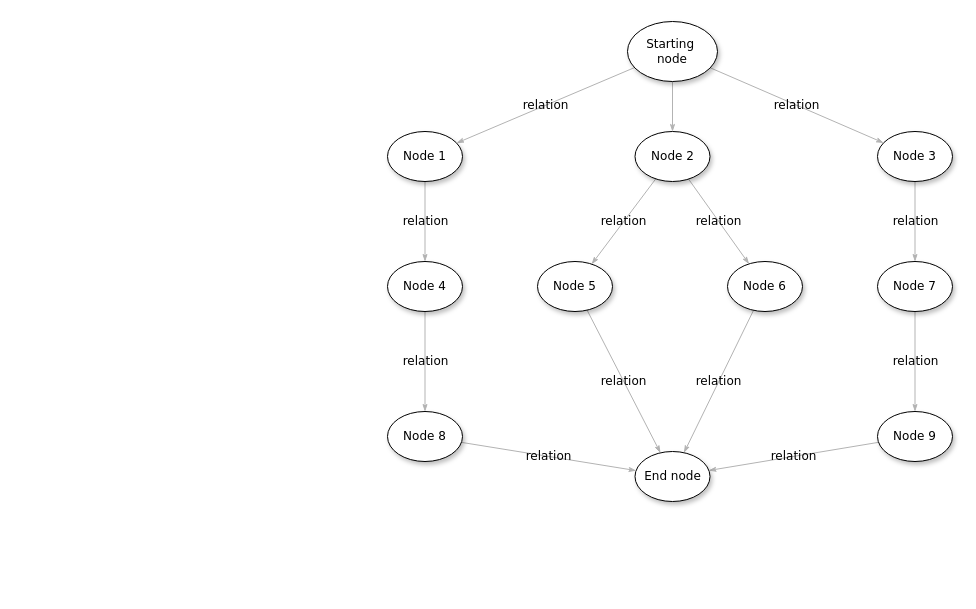
This is [MQTTactic]ModelChecking.drawio from Just1ceP4rtn3r/syncxx.github.io, a draw.io file, before an edit. Source tidied: cells renumbered, new cells numbered last; positions are measured from the earlier drawing's top-left corner, leaving out a move shared by most shapes. Both pictures are drawn from the tidied source at 100%, with x=0, y=0 at pixel (387, 21).
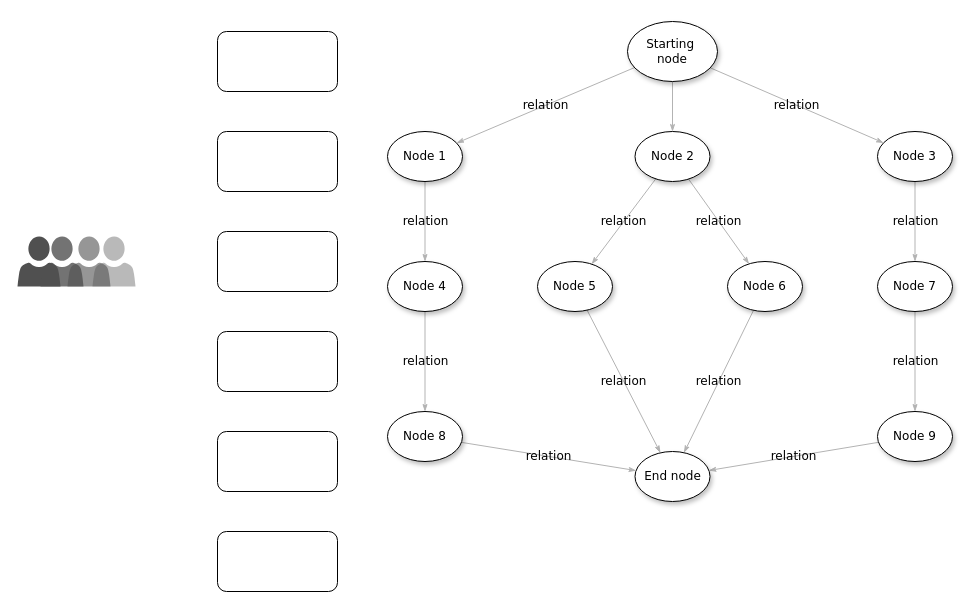
The same page after the edit.

Diff of the diagram source:
```diff
@@
+    <mxCell id="26" style="rounded=1;whiteSpace=wrap;html=1;" parent="1" vertex="1">
+      <mxGeometry x="-170" y="10" width="120" height="60" as="geometry" />
+    </mxCell>
+    <mxCell id="27" style="sketch=0;shadow=0;dashed=0;html=1;strokeColor=none;labelPosition=center;verticalLabelPosition=bottom;verticalAlign=top;align=center;fillColor=#505050;shape=mxgraph.mscae.intune.account_portal;" parent="1" vertex="1">
+      <mxGeometry x="-370" y="215" width="43" height="50" as="geometry" />
+    </mxCell>
+    <mxCell id="28" style="sketch=0;shadow=0;dashed=0;html=1;strokeColor=none;labelPosition=center;verticalLabelPosition=bottom;verticalAlign=top;align=center;fillColor=#505050;shape=mxgraph.mscae.intune.account_portal;opacity=80;" parent="1" vertex="1">
+      <mxGeometry x="-347" y="215" width="43" height="50" as="geometry" />
+    </mxCell>
+    <mxCell id="29" style="rounded=1;whiteSpace=wrap;html=1;" parent="1" vertex="1">
+      <mxGeometry x="-170" y="110" width="120" height="60" as="geometry" />
+    </mxCell>
+    <mxCell id="30" style="rounded=1;whiteSpace=wrap;html=1;" parent="1" vertex="1">
+      <mxGeometry x="-170" y="210" width="120" height="60" as="geometry" />
+    </mxCell>
+    <mxCell id="31" style="rounded=1;whiteSpace=wrap;html=1;" parent="1" vertex="1">
+      <mxGeometry x="-170" y="310" width="120" height="60" as="geometry" />
+    </mxCell>
+    <mxCell id="32" style="rounded=1;whiteSpace=wrap;html=1;" parent="1" vertex="1">
+      <mxGeometry x="-170" y="410" width="120" height="60" as="geometry" />
+    </mxCell>
+    <mxCell id="33" style="rounded=1;whiteSpace=wrap;html=1;" parent="1" vertex="1">
+      <mxGeometry x="-170" y="510" width="120" height="60" as="geometry" />
+    </mxCell>
+    <mxCell id="34" style="sketch=0;shadow=0;dashed=0;html=1;strokeColor=none;labelPosition=center;verticalLabelPosition=bottom;verticalAlign=top;align=center;fillColor=#505050;shape=mxgraph.mscae.intune.account_portal;opacity=60;" parent="1" vertex="1">
+      <mxGeometry x="-320" y="215" width="43" height="50" as="geometry" />
+    </mxCell>
+    <mxCell id="35" style="sketch=0;shadow=0;dashed=0;html=1;strokeColor=none;labelPosition=center;verticalLabelPosition=bottom;verticalAlign=top;align=center;fillColor=#505050;shape=mxgraph.mscae.intune.account_portal;opacity=40;" parent="1" vertex="1">
+      <mxGeometry x="-295" y="215" width="43" height="50" as="geometry" />
+    </mxCell>
```
